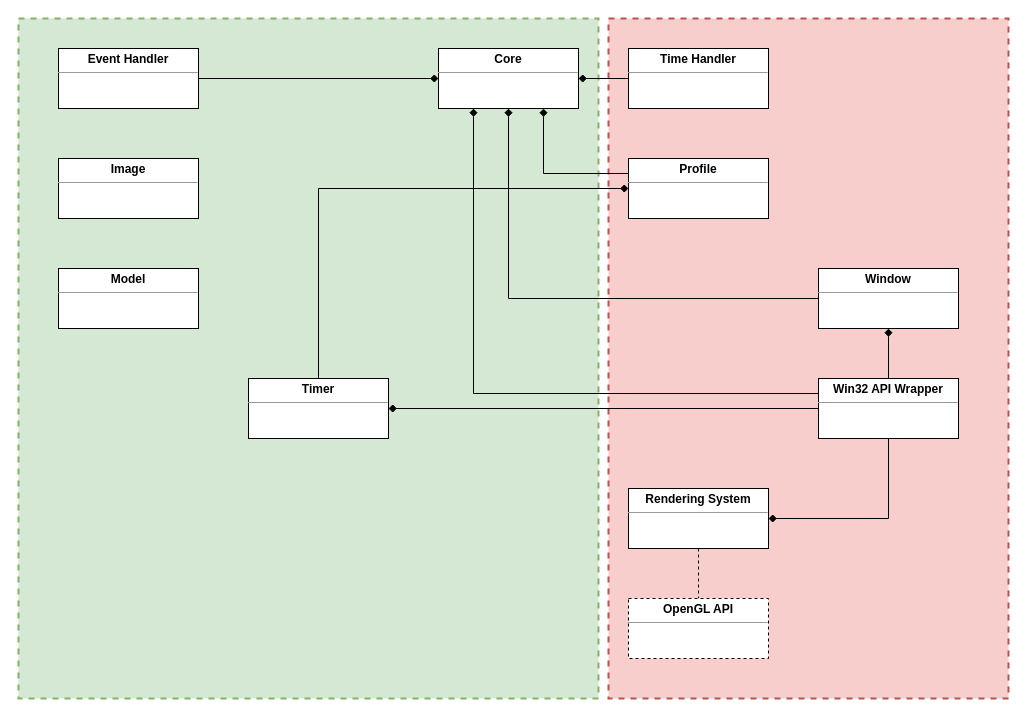
Above: _docs/k-engine-classes.drawio in Keshizin/k-engine (draw.io), before the change. Source tidied: cells renumbered, new cells numbered last; positions are measured from the earlier drawing's top-left corner, leaving out a move shared by most shapes. Both pictures are drawn from the tidied source at 100%, with x=0, y=0 at pixel (18, 18).
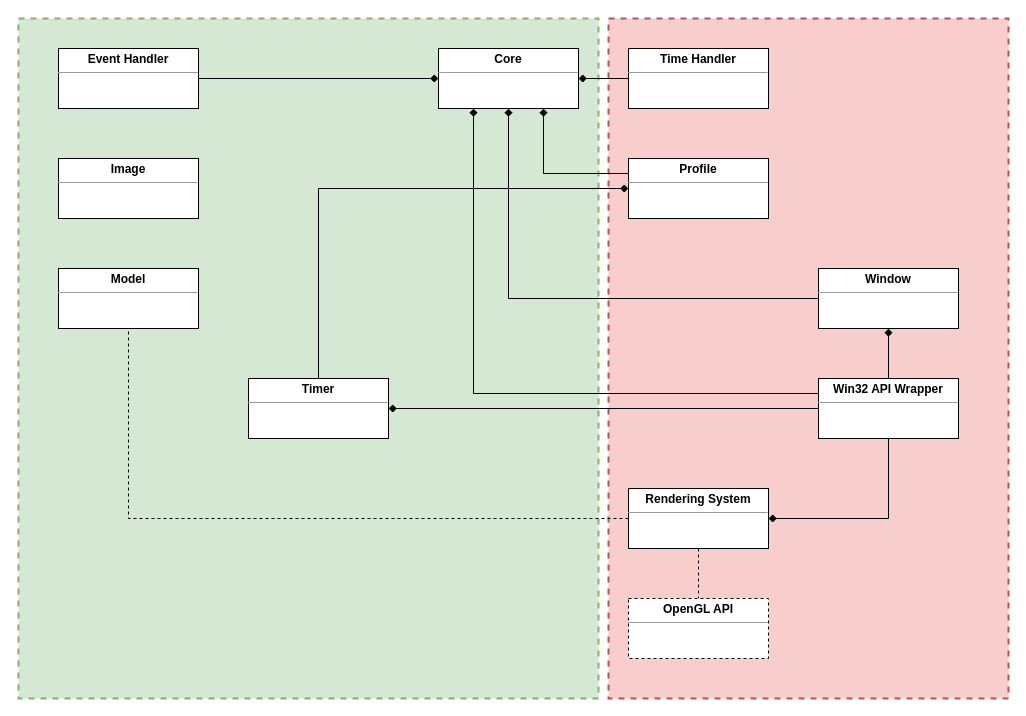
The same page after the edit.

Unchanged cells that the change refers to:
```xml
<mxCell id="13" value="&lt;p style=&quot;margin: 0px ; margin-top: 4px ; text-align: center&quot;&gt;&lt;b&gt;Rendering System&lt;/b&gt;&lt;/p&gt;&lt;hr size=&quot;1&quot;&gt;&lt;div style=&quot;height: 2px&quot;&gt;&lt;/div&gt;" style="verticalAlign=top;align=left;overflow=fill;fontSize=12;fontFamily=Helvetica;html=1;" parent="1" vertex="1">
  <mxGeometry x="610" y="470" width="140" height="60" as="geometry" />
</mxCell>
<mxCell id="24" value="&lt;p style=&quot;margin: 0px ; margin-top: 4px ; text-align: center&quot;&gt;&lt;b&gt;Model&lt;/b&gt;&lt;/p&gt;&lt;hr size=&quot;1&quot;&gt;&lt;div style=&quot;height: 2px&quot;&gt;&lt;/div&gt;" style="verticalAlign=top;align=left;overflow=fill;fontSize=12;fontFamily=Helvetica;html=1;" parent="1" vertex="1">
  <mxGeometry x="40" y="250" width="140" height="60" as="geometry" />
</mxCell>
```

What changed in the source:
```diff
@@
+    <mxCell id="25" style="edgeStyle=orthogonalEdgeStyle;rounded=0;jettySize=auto;html=1;endArrow=none;endFill=0;dashed=1;exitX=0;exitY=0.5;exitDx=0;exitDy=0;entryX=0.5;entryY=1;entryDx=0;entryDy=0;" parent="1" edge="1" source="13" target="24">
+      <mxGeometry relative="1" as="geometry">
+        <Array as="points">
+          <mxPoint x="110" y="500" />
+        </Array>
+      </mxGeometry>
+    </mxCell>
```
